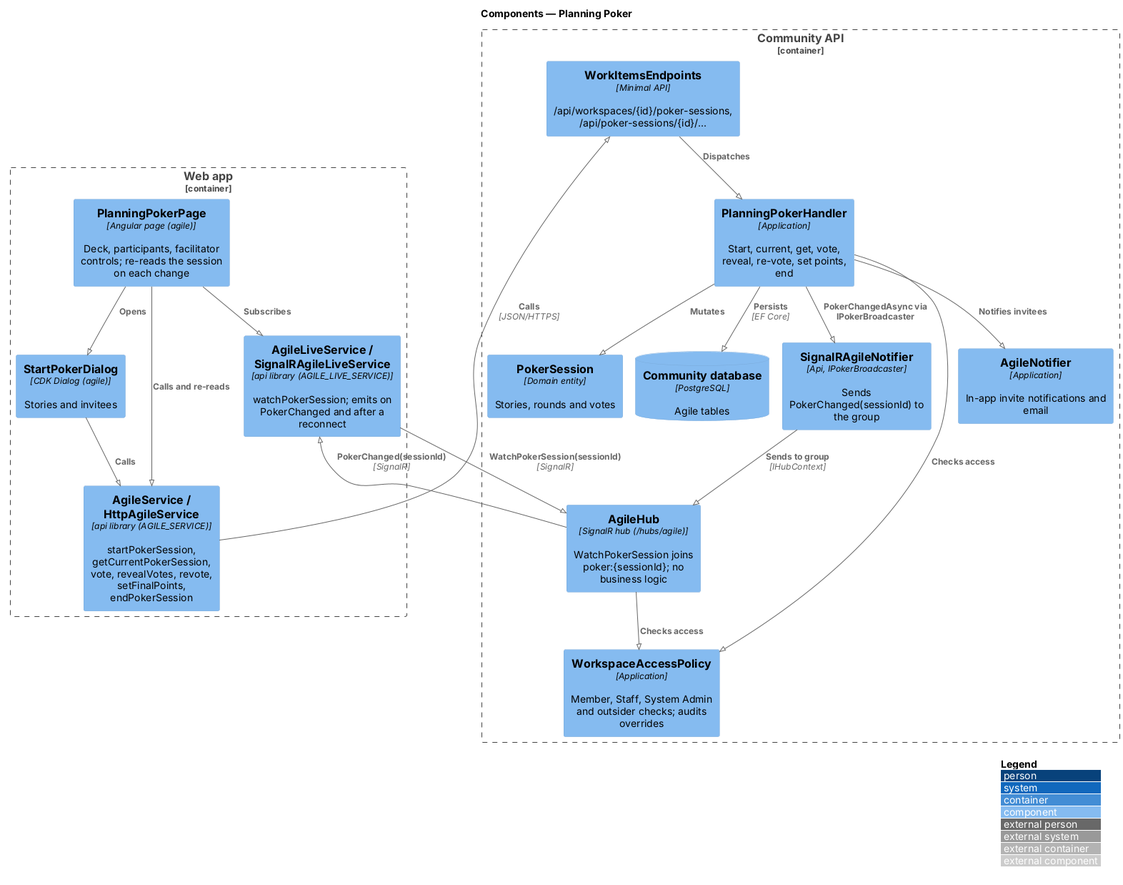
Before: docs/detailed-designs/agile/planning-poker/diagrams/c4-component.png, a diagram exported from PlantUML (QuinntyneBrown/faithtech-community). The source it was exported from:
```plantuml
@startuml
!pragma layout smetana
!include <C4/C4_Component>
LAYOUT_WITH_LEGEND()
title Components — Planning Poker

Container_Boundary(web, "Web app") {
  Component(page, "PlanningPokerPage", "Angular page (agile)", "Deck, participants, facilitator controls; re-reads the session on each change")
  Component(dlg, "StartPokerDialog", "CDK Dialog (agile)", "Stories and invitees")
  Component(svc, "AgileService / HttpAgileService", "api library (AGILE_SERVICE)", "startPokerSession, getCurrentPokerSession, vote, revealVotes, revote, setFinalPoints, endPokerSession")
  Component(live, "AgileLiveService / SignalRAgileLiveService", "api library (AGILE_LIVE_SERVICE)", "watchPokerSession; emits on PokerChanged and after a reconnect")
}
Container_Boundary(api, "Community API") {
  Component(ep, "WorkItemsEndpoints", "Minimal API", "/api/workspaces/{id}/poker-sessions, /api/poker-sessions/{id}/...")
  Component(hub, "AgileHub", "SignalR hub (/hubs/agile)", "WatchPokerSession joins poker:{sessionId}; no business logic")
  Component(bc, "SignalRAgileNotifier", "Api, IPokerBroadcaster", "Sends PokerChanged(sessionId) to the group")
  Component(h, "PlanningPokerHandler", "Application", "Start, current, get, vote, reveal, re-vote, set points, end")
  Component(pol, "WorkspaceAccessPolicy", "Application", "Member, Staff, System Admin and outsider checks; audits overrides")
  Component(ntf, "AgileNotifier", "Application", "In-app invite notifications and email")
  Component(ent, "PokerSession", "Domain entity", "Stories, rounds and votes")
  ComponentDb(db, "Community database", "PostgreSQL", "Agile tables")
}

Rel(page, dlg, "Opens")
Rel(dlg, svc, "Calls")
Rel(page, svc, "Calls and re-reads")
Rel(page, live, "Subscribes")
Rel(svc, ep, "Calls", "JSON/HTTPS")
Rel(live, hub, "WatchPokerSession(sessionId)", "SignalR")
Rel(ep, h, "Dispatches")
Rel(h, pol, "Checks access")
Rel(hub, pol, "Checks access")
Rel(h, ent, "Mutates")
Rel(h, ntf, "Notifies invitees")
Rel(h, db, "Persists", "EF Core")
Rel(h, bc, "PokerChangedAsync via IPokerBroadcaster")
Rel(bc, hub, "Sends to group", "IHubContext")
Rel(hub, live, "PokerChanged(sessionId)", "SignalR")
@enduml
```
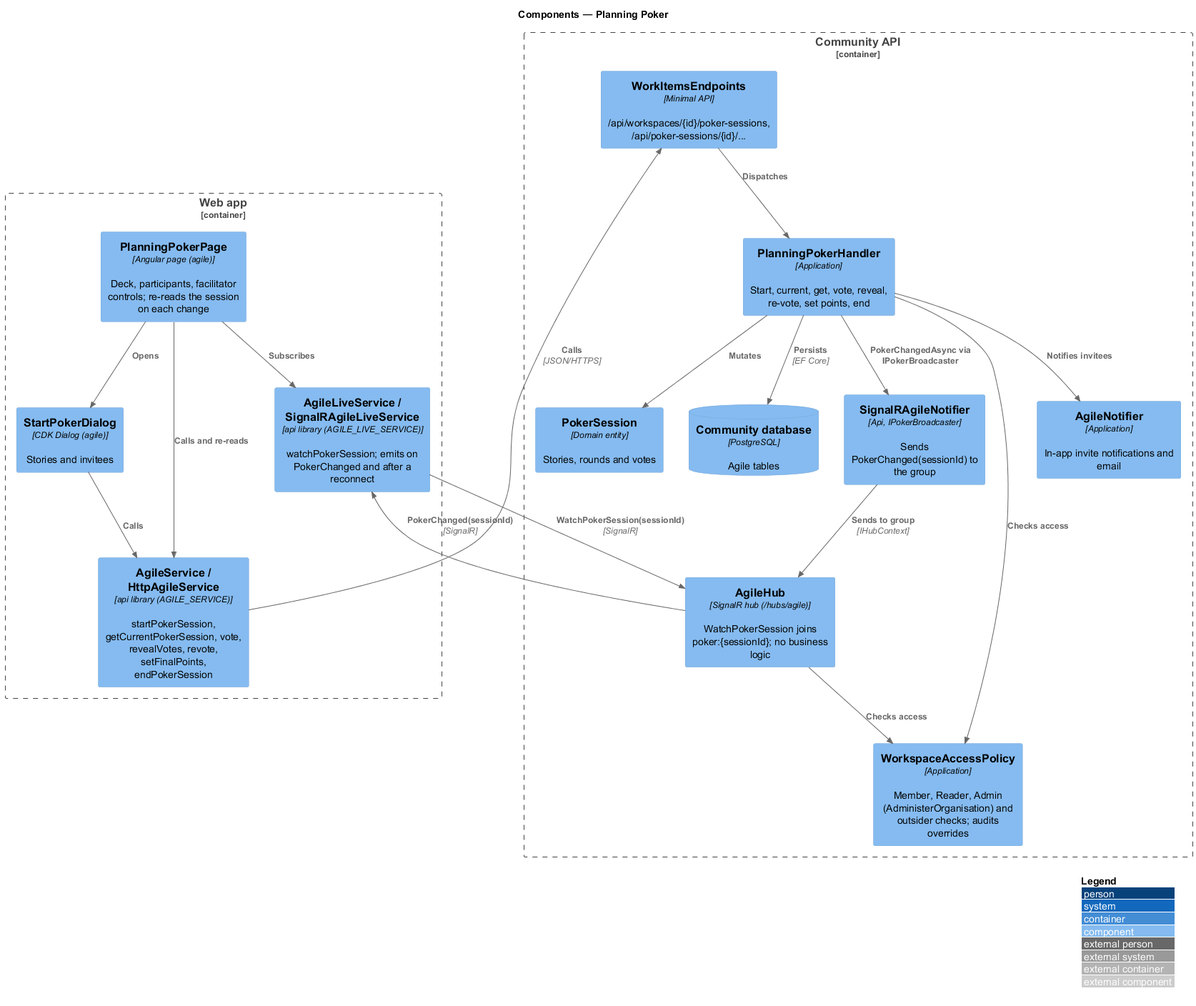
The same file after the commit.

What changed in the source:
```diff
@@ -1,5 +1,4 @@
 @startuml
-!pragma layout smetana
 !include <C4/C4_Component>
 LAYOUT_WITH_LEGEND()
 title Components — Planning Poker
@@ -15,7 +14,7 @@
   Component(hub, "AgileHub", "SignalR hub (/hubs/agile)", "WatchPokerSession joins poker:{sessionId}; no business logic")
   Component(bc, "SignalRAgileNotifier", "Api, IPokerBroadcaster", "Sends PokerChanged(sessionId) to the group")
   Component(h, "PlanningPokerHandler", "Application", "Start, current, get, vote, reveal, re-vote, set points, end")
-  Component(pol, "WorkspaceAccessPolicy", "Application", "Member, Staff, System Admin and outsider checks; audits overrides")
+  Component(pol, "WorkspaceAccessPolicy", "Application", "Member, Reader, Admin (AdministerOrganisation) and outsider checks; audits overrides")
   Component(ntf, "AgileNotifier", "Application", "In-app invite notifications and email")
   Component(ent, "PokerSession", "Domain entity", "Stories, rounds and votes")
   ComponentDb(db, "Community database", "PostgreSQL", "Agile tables")
```
